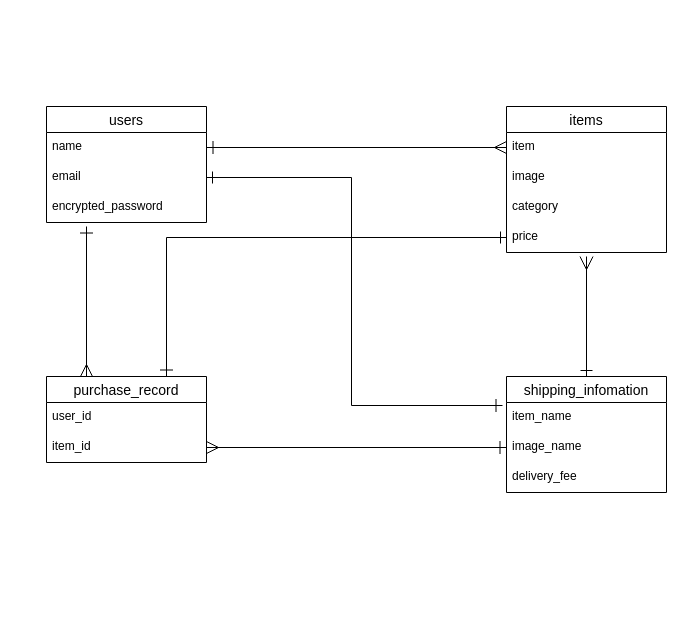
Above: furima.dio in yutakah2/furima-36587 (draw.io), before the change. Source tidied: cells renumbered, new cells numbered last; positions are measured from the earlier drawing's top-left corner, leaving out a move shared by most shapes. Both pictures are drawn from the tidied source at 100%, with x=0, y=0 at pixel (46, 106).
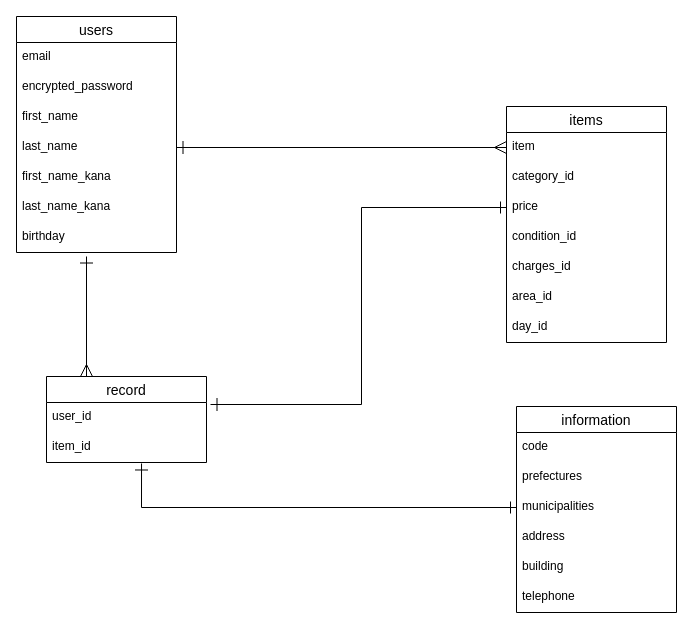
After the change.

Commit message (it also covers changes not shown here):
データベースの設計②

The change refers to these unchanged cells:
```xml
<mxCell id="3" value="item" style="text;strokeColor=none;fillColor=none;spacingLeft=4;spacingRight=4;overflow=hidden;points=[[0,0.5],[1,0.5]];portConstraint=eastwest;fontSize=12;" parent="2" vertex="1">
  <mxGeometry y="26" width="160" height="30" as="geometry" />
</mxCell>
<mxCell id="18" value="user_id" style="text;strokeColor=none;fillColor=none;spacingLeft=4;spacingRight=4;overflow=hidden;points=[[0,0.5],[1,0.5]];portConstraint=eastwest;fontSize=12;" parent="17" vertex="1">
  <mxGeometry y="26" width="160" height="30" as="geometry" />
</mxCell>
<mxCell id="19" value="item_id" style="text;strokeColor=none;fillColor=none;spacingLeft=4;spacingRight=4;overflow=hidden;points=[[0,0.5],[1,0.5]];portConstraint=eastwest;fontSize=12;" parent="17" vertex="1">
  <mxGeometry y="56" width="160" height="30" as="geometry" />
</mxCell>
```

The edit, as a diff of the source:
```diff
@@
     <mxCell id="2" value="items" style="swimlane;fontStyle=0;horizontal=1;startSize=26;align=center;fontSize=14;" parent="1" vertex="1">
-      <mxGeometry x="460" width="160" height="146" as="geometry" />
+      <mxGeometry x="460" width="160" height="236" as="geometry" />
     </mxCell>
@@
-    <mxCell id="4" value="image" style="text;strokeColor=none;fillColor=none;spacingLeft=4;spacingRight=4;overflow=hidden;fontSize=12;" parent="2" vertex="1">
-      <mxGeometry y="56" width="160" height="30" as="geometry" />
-    </mxCell>
-    <mxCell id="5" value="category" style="text;strokeColor=none;fillColor=none;spacingLeft=4;spacingRight=4;overflow=hidden;fontSize=12;" parent="2" vertex="1">
-      <mxGeometry y="86" width="160" height="30" as="geometry" />
+    <mxCell id="5" value="category_id" style="text;strokeColor=none;fillColor=none;spacingLeft=4;spacingRight=4;overflow=hidden;fontSize=12;" parent="2" vertex="1">
+      <mxGeometry y="56" width="160" height="30" as="geometry" />
     </mxCell>
     <mxCell id="6" value="price" style="text;strokeColor=none;fillColor=none;spacingLeft=4;spacingRight=4;overflow=hidden;points=[[0,0.5],[1,0.5]];portConstraint=eastwest;fontSize=12;" parent="2" vertex="1">
-      <mxGeometry y="116" width="160" height="30" as="geometry" />
+      <mxGeometry y="86" width="160" height="30" as="geometry" />
     </mxCell>
+    <mxCell id="24" value="condition_id" style="text;strokeColor=none;fillColor=none;spacingLeft=4;spacingRight=4;overflow=hidden;fontSize=12;" parent="2" vertex="1">
+      <mxGeometry y="116" width="160" height="30" as="geometry" />
+    </mxCell>
+    <mxCell id="25" value="charges_id" style="text;strokeColor=none;fillColor=none;spacingLeft=4;spacingRight=4;overflow=hidden;fontSize=12;" parent="2" vertex="1">
+      <mxGeometry y="146" width="160" height="30" as="geometry" />
+    </mxCell>
+    <mxCell id="26" value="area_id" style="text;strokeColor=none;fillColor=none;spacingLeft=4;spacingRight=4;overflow=hidden;fontSize=12;" parent="2" vertex="1">
+      <mxGeometry y="176" width="160" height="30" as="geometry" />
+    </mxCell>
+    <mxCell id="27" value="day_id" style="text;strokeColor=none;fillColor=none;spacingLeft=4;spacingRight=4;overflow=hidden;fontSize=12;" parent="2" vertex="1">
+      <mxGeometry y="206" width="160" height="30" as="geometry" />
+    </mxCell>
     <mxCell id="7" value="users" style="swimlane;fontStyle=0;horizontal=1;startSize=26;align=center;fontSize=14;" parent="1" vertex="1">
-      <mxGeometry width="160" height="116" as="geometry" />
+      <mxGeometry x="-30" y="-90" width="160" height="236" as="geometry" />
     </mxCell>
-    <mxCell id="8" value="name" style="text;strokeColor=none;fillColor=none;spacingLeft=4;spacingRight=4;overflow=hidden;points=[[0,0.5],[1,0.5]];portConstraint=eastwest;fontSize=12;" parent="7" vertex="1">
-      <mxGeometry y="26" width="160" height="30" as="geometry" />
-    </mxCell>
     <mxCell id="9" value="email" style="text;strokeColor=none;fillColor=none;spacingLeft=4;spacingRight=4;overflow=hidden;points=[[0,0.5],[1,0.5]];portConstraint=eastwest;fontSize=12;" parent="7" vertex="1">
-      <mxGeometry y="56" width="160" height="30" as="geometry" />
+      <mxGeometry y="26" width="160" height="30" as="geometry" />
     </mxCell>
     <mxCell id="10" value="encrypted_password" style="text;strokeColor=none;fillColor=none;spacingLeft=4;spacingRight=4;overflow=hidden;fontSize=12;" parent="7" vertex="1">
-      <mxGeometry y="86" width="160" height="30" as="geometry" />
+      <mxGeometry y="56" width="160" height="30" as="geometry" />
     </mxCell>
-    <mxCell id="11" style="edgeStyle=orthogonalEdgeStyle;rounded=0;jettySize=auto;html=1;startArrow=ERone;startFill=0;endArrow=ERmany;endFill=0;startSize=10;endSize=11;" parent="1" edge="1" source="12">
-      <mxGeometry relative="1" as="geometry">
-        <mxPoint x="540" y="150" as="targetPoint" />
-      </mxGeometry>
-    </mxCell>
+    <mxCell id="28" value="first_name" style="text;strokeColor=none;fillColor=none;spacingLeft=4;spacingRight=4;overflow=hidden;fontSize=12;" parent="7" vertex="1">
+      <mxGeometry y="86" width="160" height="30" as="geometry" />
+    </mxCell>
+    <mxCell id="29" value="last_name" style="text;strokeColor=none;fillColor=none;spacingLeft=4;spacingRight=4;overflow=hidden;points=[[0,0.5],[1,0.5]];portConstraint=eastwest;fontSize=12;" parent="7" vertex="1">
+      <mxGeometry y="116" width="160" height="30" as="geometry" />
+    </mxCell>
+    <mxCell id="30" value="first_name_kana" style="text;strokeColor=none;fillColor=none;spacingLeft=4;spacingRight=4;overflow=hidden;fontSize=12;" parent="7" vertex="1">
+      <mxGeometry y="146" width="160" height="30" as="geometry" />
+    </mxCell>
+    <mxCell id="31" value="last_name_kana" style="text;strokeColor=none;fillColor=none;spacingLeft=4;spacingRight=4;overflow=hidden;fontSize=12;" parent="7" vertex="1">
+      <mxGeometry y="176" width="160" height="30" as="geometry" />
+    </mxCell>
+    <mxCell id="32" value="birthday" style="text;strokeColor=none;fillColor=none;spacingLeft=4;spacingRight=4;overflow=hidden;fontSize=12;" parent="7" vertex="1">
+      <mxGeometry y="206" width="160" height="30" as="geometry" />
+    </mxCell>
-    <mxCell id="12" value="shipping_infomation" style="swimlane;fontStyle=0;horizontal=1;startSize=26;align=center;fontSize=14;" parent="1" vertex="1">
-      <mxGeometry x="460" y="270" width="160" height="116" as="geometry" />
+    <mxCell id="12" value="information" style="swimlane;fontStyle=0;horizontal=1;startSize=26;align=center;fontSize=14;" parent="1" vertex="1">
+      <mxGeometry x="470" y="300" width="160" height="206" as="geometry" />
     </mxCell>
-    <mxCell id="13" value="item_name" style="text;strokeColor=none;fillColor=none;spacingLeft=4;spacingRight=4;overflow=hidden;points=[[0,0.5],[1,0.5]];portConstraint=eastwest;fontSize=12;" parent="12" vertex="1">
-      <mxGeometry y="26" width="160" height="30" as="geometry" />
-    </mxCell>
-    <mxCell id="14" value="image_name" style="text;strokeColor=none;fillColor=none;spacingLeft=4;spacingRight=4;overflow=hidden;points=[[0,0.5],[1,0.5]];portConstraint=eastwest;fontSize=12;" parent="12" vertex="1">
-      <mxGeometry y="56" width="160" height="30" as="geometry" />
-    </mxCell>
-    <mxCell id="15" value="delivery_fee" style="text;strokeColor=none;fillColor=none;spacingLeft=4;spacingRight=4;overflow=hidden;fontSize=12;" parent="12" vertex="1">
-      <mxGeometry y="86" width="160" height="30" as="geometry" />
-    </mxCell>
-    <mxCell id="16" style="edgeStyle=orthogonalEdgeStyle;rounded=0;jettySize=auto;html=1;exitX=0.25;exitY=0;exitDx=0;exitDy=0;startArrow=ERmany;startFill=0;endArrow=ERone;endFill=0;startSize=10;endSize=11;" parent="1" edge="1" source="17">
-      <mxGeometry relative="1" as="geometry">
-        <mxPoint x="40" y="120" as="targetPoint" />
-      </mxGeometry>
-    </mxCell>
+    <mxCell id="33" value="code" style="text;strokeColor=none;fillColor=none;spacingLeft=4;spacingRight=4;overflow=hidden;fontSize=12;" parent="12" vertex="1">
+      <mxGeometry y="26" width="160" height="30" as="geometry" />
+    </mxCell>
+    <mxCell id="34" value="prefectures" style="text;strokeColor=none;fillColor=none;spacingLeft=4;spacingRight=4;overflow=hidden;fontSize=12;" parent="12" vertex="1">
+      <mxGeometry y="56" width="160" height="30" as="geometry" />
+    </mxCell>
+    <mxCell id="35" value="municipalities" style="text;strokeColor=none;fillColor=none;spacingLeft=4;spacingRight=4;overflow=hidden;points=[[0,0.5],[1,0.5]];portConstraint=eastwest;fontSize=12;" parent="12" vertex="1">
+      <mxGeometry y="86" width="160" height="30" as="geometry" />
+    </mxCell>
+    <mxCell id="36" value="address" style="text;strokeColor=none;fillColor=none;spacingLeft=4;spacingRight=4;overflow=hidden;fontSize=12;" parent="12" vertex="1">
+      <mxGeometry y="116" width="160" height="30" as="geometry" />
+    </mxCell>
+    <mxCell id="37" value="building" style="text;strokeColor=none;fillColor=none;spacingLeft=4;spacingRight=4;overflow=hidden;fontSize=12;" parent="12" vertex="1">
+      <mxGeometry y="146" width="160" height="30" as="geometry" />
+    </mxCell>
+    <mxCell id="38" value="telephone" style="text;strokeColor=none;fillColor=none;spacingLeft=4;spacingRight=4;overflow=hidden;fontSize=12;" parent="12" vertex="1">
+      <mxGeometry y="176" width="160" height="30" as="geometry" />
+    </mxCell>
+    <mxCell id="39" style="edgeStyle=orthogonalEdgeStyle;rounded=0;jettySize=auto;html=1;exitX=0.25;exitY=0;exitDx=0;exitDy=0;startArrow=ERmany;startFill=0;endArrow=ERone;endFill=0;startSize=10;endSize=11;" parent="1" edge="1" source="17">
+      <mxGeometry relative="1" as="geometry">
+        <mxPoint x="40" y="150" as="targetPoint" />
+      </mxGeometry>
+    </mxCell>
-    <mxCell id="17" value="purchase_record" style="swimlane;fontStyle=0;horizontal=1;startSize=26;align=center;fontSize=14;" parent="1" vertex="1">
+    <mxCell id="17" value="record" style="swimlane;fontStyle=0;horizontal=1;startSize=26;align=center;fontSize=14;" parent="1" vertex="1">
       <mxGeometry y="270" width="160" height="86" as="geometry" />
     </mxCell>
@@
-    <mxCell id="20" style="edgeStyle=orthogonalEdgeStyle;rounded=0;jettySize=auto;html=1;exitX=0;exitY=0.5;exitDx=0;exitDy=0;entryX=1;entryY=0.5;entryDx=0;entryDy=0;startArrow=ERmany;startFill=0;endArrow=ERone;endFill=0;startSize=10;endSize=11;" parent="1" edge="1" source="3" target="8">
+    <mxCell id="20" style="edgeStyle=orthogonalEdgeStyle;rounded=0;jettySize=auto;html=1;exitX=0;exitY=0.5;exitDx=0;exitDy=0;entryX=1;entryY=0.5;entryDx=0;entryDy=0;startArrow=ERmany;startFill=0;endArrow=ERone;endFill=0;startSize=10;endSize=11;" parent="1" edge="1" source="3" target="29">
       <mxGeometry relative="1" as="geometry" />
     </mxCell>
-    <mxCell id="21" style="edgeStyle=orthogonalEdgeStyle;rounded=0;jettySize=auto;html=1;exitX=1;exitY=0.5;exitDx=0;exitDy=0;entryX=-0.025;entryY=0.1;entryDx=0;entryDy=0;entryPerimeter=0;startArrow=ERone;startFill=0;endArrow=ERone;endFill=0;startSize=10;endSize=11;" parent="1" edge="1" source="9" target="13">
-      <mxGeometry relative="1" as="geometry" />
-    </mxCell>
-    <mxCell id="22" style="edgeStyle=orthogonalEdgeStyle;rounded=0;jettySize=auto;html=1;exitX=1;exitY=0.5;exitDx=0;exitDy=0;entryX=0;entryY=0.5;entryDx=0;entryDy=0;startArrow=ERmany;startFill=0;endArrow=ERone;endFill=0;startSize=10;endSize=11;" parent="1" edge="1" source="19" target="14">
-      <mxGeometry relative="1" as="geometry" />
-    </mxCell>
-    <mxCell id="23" style="edgeStyle=orthogonalEdgeStyle;rounded=0;jettySize=auto;html=1;exitX=0;exitY=0.5;exitDx=0;exitDy=0;entryX=0.75;entryY=0;entryDx=0;entryDy=0;startArrow=ERone;startFill=0;endArrow=ERone;endFill=0;startSize=10;endSize=11;" parent="1" edge="1" source="6" target="17">
+    <mxCell id="23" style="edgeStyle=orthogonalEdgeStyle;rounded=0;jettySize=auto;html=1;exitX=0;exitY=0.5;exitDx=0;exitDy=0;entryX=1.025;entryY=0.067;entryDx=0;entryDy=0;startArrow=ERone;startFill=0;endArrow=ERone;endFill=0;startSize=10;endSize=11;entryPerimeter=0;" parent="1" edge="1" source="6" target="18">
       <mxGeometry relative="1" as="geometry" />
     </mxCell>
+    <mxCell id="40" style="edgeStyle=orthogonalEdgeStyle;rounded=0;jettySize=auto;html=1;exitX=0;exitY=0.5;exitDx=0;exitDy=0;entryX=0.594;entryY=1.033;entryDx=0;entryDy=0;entryPerimeter=0;startArrow=ERone;startFill=0;endArrow=ERone;endFill=0;startSize=10;endSize=11;" parent="1" edge="1" source="35" target="19">
+      <mxGeometry relative="1" as="geometry" />
+    </mxCell>
```
